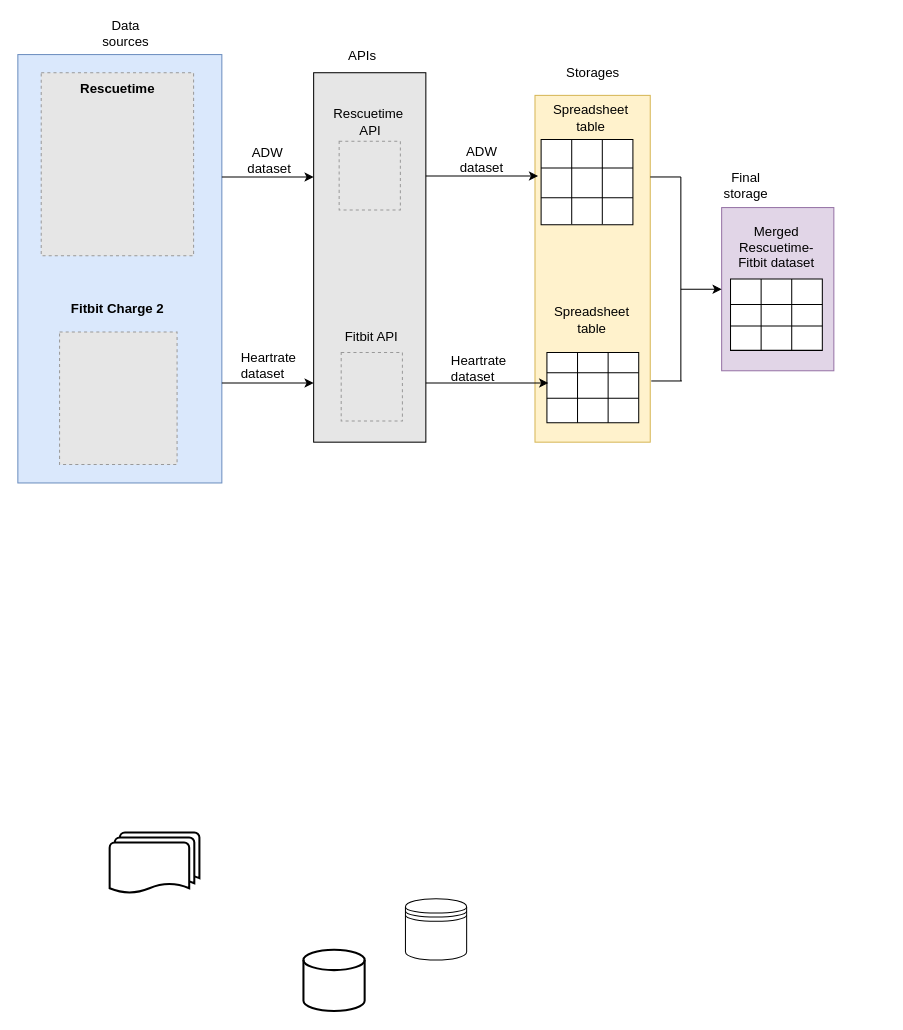
Above: chapter 7.drawio in oluwande/zmPDSwR (draw.io), before the change. Source tidied: cells renumbered, new cells numbered last; positions are measured from the earlier drawing's top-left corner, leaving out a move shared by most shapes. Both pictures are drawn from the tidied source at 102%, with x=0, y=0 at pixel (17, 17). Pictures stored in the file or linked from it are replaced by grey dashed boxes.
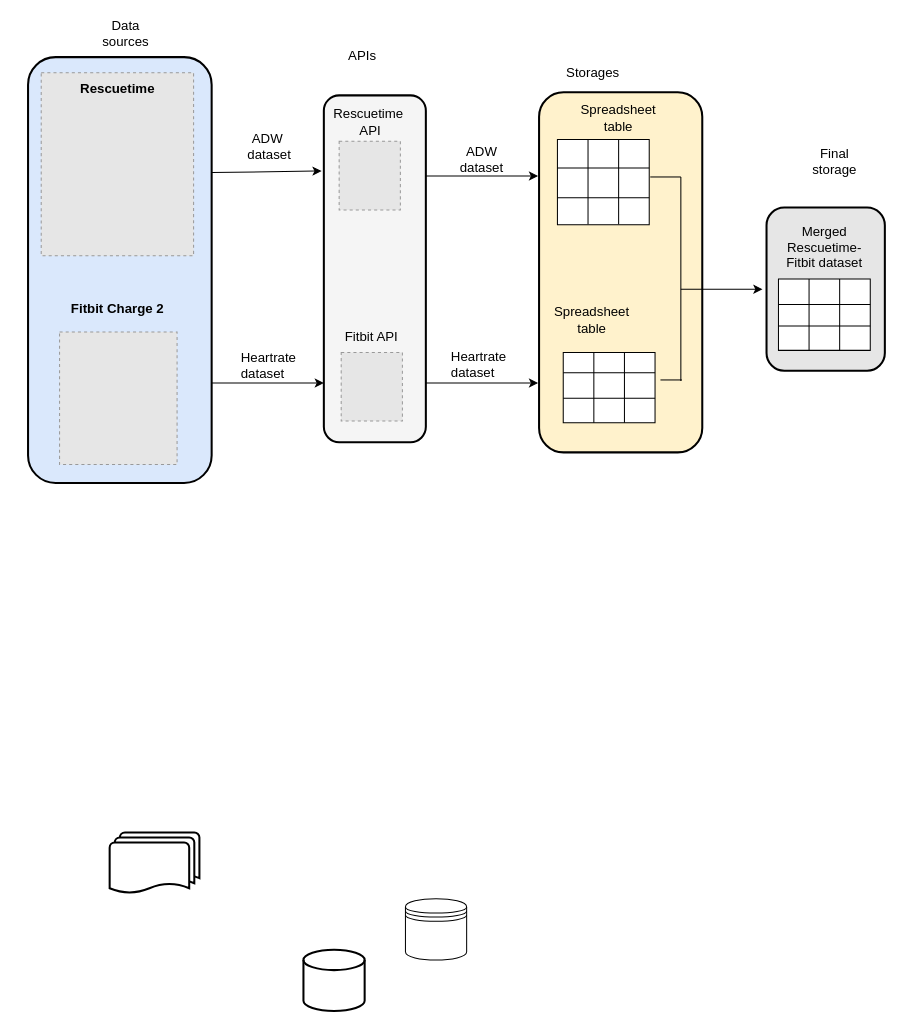
After the change.

What changed in the source:
```diff
@@
-    <mxCell id="2" style="whiteSpace=wrap;html=1;fontSize=13;strokeWidth=4;" parent="1" vertex="1">
-      <mxGeometry x="10" y="46" width="180" height="180" as="geometry" />
-    </mxCell>
-    <mxCell id="3" style="rounded=0;whiteSpace=wrap;html=1;fontSize=13;fillColor=#e1d5e7;strokeColor=#9673a6;" parent="1" vertex="1">
-      <mxGeometry x="690" y="186" width="110" height="160" as="geometry" />
-    </mxCell>
-    <mxCell id="4" style="rounded=0;whiteSpace=wrap;html=1;fontSize=13;fillColor=#fff2cc;strokeColor=#d6b656;" parent="1" vertex="1">
-      <mxGeometry x="507" y="76" width="113" height="340" as="geometry" />
-    </mxCell>
-    <mxCell id="5" style="rounded=0;whiteSpace=wrap;html=1;fontSize=13;fillColor=#E6E6E6;" parent="1" vertex="1">
-      <mxGeometry x="290" y="53.8" width="110" height="362.2" as="geometry" />
-    </mxCell>
-    <mxCell id="6" style="rounded=0;whiteSpace=wrap;html=1;fontSize=13;fillColor=#dae8fc;strokeColor=#6c8ebf;" parent="1" vertex="1">
-      <mxGeometry y="36" width="200" height="420" as="geometry" />
-    </mxCell>
+    <mxCell id="76" style="rounded=1;whiteSpace=wrap;html=1;fontSize=13;strokeColor=#000000;strokeWidth=2;fillColor=#E6E6E6;" parent="1" vertex="1">
+      <mxGeometry x="734" y="186" width="116" height="160" as="geometry" />
+    </mxCell>
+    <mxCell id="77" style="rounded=1;whiteSpace=wrap;html=1;fontSize=13;strokeColor=#000000;strokeWidth=2;fillColor=#fff2cc;" parent="1" vertex="1">
+      <mxGeometry x="511" y="73" width="160" height="353" as="geometry" />
+    </mxCell>
+    <mxCell id="78" style="rounded=1;whiteSpace=wrap;html=1;fontSize=13;strokeColor=#000000;strokeWidth=2;fillColor=#f5f5f5;fontColor=#333333;" parent="1" vertex="1">
+      <mxGeometry x="300" y="76" width="100" height="340" as="geometry" />
+    </mxCell>
+    <mxCell id="79" style="rounded=1;whiteSpace=wrap;html=1;fontSize=13;strokeColor=#000000;strokeWidth=2;fillColor=#dae8fc;" parent="1" vertex="1">
+      <mxGeometry x="10" y="38.5" width="180" height="417.5" as="geometry" />
+    </mxCell>
@@
     <mxCell id="14" style="shape=table;startSize=0;childLayout=tableLayout;fontStyle=1;align=center;fontSize=17;" parent="1" vertex="1">
-      <mxGeometry x="513" y="119.3" width="90" height="83.5" as="geometry" />
+      <mxGeometry x="529" y="119.3" width="90" height="83.5" as="geometry" />
     </mxCell>
@@
     <mxCell id="27" style="shape=table;startSize=0;childLayout=tableLayout;fontStyle=1;align=center;fontSize=17;" parent="1" vertex="1">
-      <mxGeometry x="518.7" y="328" width="90" height="69" as="geometry" />
+      <mxGeometry x="534.7" y="328" width="90" height="69" as="geometry" />
     </mxCell>
@@
     <mxCell id="40" style="shape=table;startSize=0;childLayout=tableLayout;fontStyle=1;align=center;fontSize=17;" parent="1" vertex="1">
-      <mxGeometry x="698.7" y="256" width="90" height="70" as="geometry" />
+      <mxGeometry x="745.7" y="256" width="90" height="70" as="geometry" />
     </mxCell>
@@
     <mxCell id="57" value="&lt;span&gt;&lt;font style=&quot;font-size: 13px&quot;&gt;Spreadsheet table&lt;/font&gt;&lt;/span&gt;" style="text;html=1;strokeColor=none;fillColor=none;align=center;verticalAlign=middle;whiteSpace=wrap;rounded=0;fontStyle=0;" parent="1" vertex="1">
-      <mxGeometry x="512" y="73" width="100" height="50" as="geometry" />
+      <mxGeometry x="539" y="73" width="100" height="50" as="geometry" />
     </mxCell>
@@
     <mxCell id="59" value="&lt;font style=&quot;font-size: 13px&quot;&gt;ADW&lt;br&gt;&amp;nbsp;dataset&lt;/font&gt;" style="text;html=1;strokeColor=none;fillColor=none;align=center;verticalAlign=middle;whiteSpace=wrap;rounded=0;" parent="1" vertex="1">
-      <mxGeometry x="210" y="117" width="70" height="45" as="geometry" />
+      <mxGeometry x="210" y="103" width="70" height="45" as="geometry" />
     </mxCell>
@@
-    <mxCell id="61" style="endArrow=classic;html=1;rounded=0;fontSize=13;" parent="1" edge="1">
-      <mxGeometry relative="1" as="geometry">
-        <mxPoint x="200" y="156" as="sourcePoint" />
-        <mxPoint x="290" y="156" as="targetPoint" />
-      </mxGeometry>
+    <mxCell id="61" style="endArrow=classic;html=1;rounded=0;fontSize=13;exitX=0.999;exitY=0.271;exitDx=0;exitDy=0;exitPerimeter=0;entryX=-0.022;entryY=0.218;entryDx=0;entryDy=0;entryPerimeter=0;" parent="1" edge="1" source="79" target="78">
+      <mxGeometry relative="1" as="geometry" />
     </mxCell>
@@
     <mxCell id="64" style="endArrow=classic;html=1;rounded=0;fontSize=13;" parent="1" edge="1">
       <mxGeometry relative="1" as="geometry">
-        <mxPoint x="200" y="358" as="sourcePoint" />
-        <mxPoint x="290" y="358" as="targetPoint" />
+        <mxPoint x="190" y="358" as="sourcePoint" />
+        <mxPoint x="300" y="358" as="targetPoint" />
       </mxGeometry>
     </mxCell>
     <mxCell id="65" value="&lt;span&gt;&lt;font style=&quot;font-size: 13px&quot;&gt;Heartrate&amp;nbsp;&lt;br&gt;dataset&lt;/font&gt;&lt;/span&gt;" style="text;html=1;strokeColor=none;fillColor=none;align=left;verticalAlign=middle;whiteSpace=wrap;rounded=0;fontStyle=0;" parent="1" vertex="1">
-      <mxGeometry x="423" y="321" width="61" height="45" as="geometry" />
+      <mxGeometry x="423" y="317" width="61" height="45" as="geometry" />
     </mxCell>
     <mxCell id="66" style="endArrow=classic;html=1;rounded=0;fontSize=13;" parent="1" edge="1">
       <mxGeometry relative="1" as="geometry">
         <mxPoint x="400" y="358" as="sourcePoint" />
-        <mxPoint x="520" y="358" as="targetPoint" />
+        <mxPoint x="510" y="358" as="targetPoint" />
       </mxGeometry>
     </mxCell>
@@
     <mxCell id="69" style="endArrow=classic;html=1;rounded=0;fontSize=13;" parent="1" edge="1">
       <mxGeometry relative="1" as="geometry">
         <mxPoint x="650" y="266" as="sourcePoint" />
-        <mxPoint x="690" y="266" as="targetPoint" />
+        <mxPoint x="730" y="266" as="targetPoint" />
       </mxGeometry>
     </mxCell>
     <mxCell id="70" value="&lt;span&gt;&lt;font style=&quot;font-size: 13px&quot;&gt;Merged Rescuetime-Fitbit dataset&lt;/font&gt;&lt;/span&gt;" style="text;html=1;strokeColor=none;fillColor=none;align=center;verticalAlign=middle;whiteSpace=wrap;rounded=0;fontStyle=0;" parent="1" vertex="1">
-      <mxGeometry x="693.7" y="202.7" width="100" height="45" as="geometry" />
+      <mxGeometry x="740.7" y="202.7" width="100" height="45" as="geometry" />
     </mxCell>
-    <mxCell id="71" style="endArrow=none;html=1;rounded=0;fontSize=13;" parent="1" edge="1">
-      <mxGeometry relative="1" as="geometry">
-        <mxPoint x="621" y="356" as="sourcePoint" />
-        <mxPoint x="651" y="356" as="targetPoint" />
-      </mxGeometry>
-    </mxCell>
@@
     <mxCell id="75" value="Final storage" style="text;html=1;strokeColor=none;fillColor=none;align=center;verticalAlign=middle;whiteSpace=wrap;rounded=0;fontSize=13;" parent="1" vertex="1">
-      <mxGeometry x="684" y="149" width="60" height="30" as="geometry" />
+      <mxGeometry x="771" y="126" width="60" height="30" as="geometry" />
     </mxCell>
+    <mxCell id="80" style="endArrow=none;html=1;rounded=0;fontSize=13;" parent="1" edge="1">
+      <mxGeometry relative="1" as="geometry">
+        <mxPoint x="630" y="355" as="sourcePoint" />
+        <mxPoint x="651" y="355" as="targetPoint" />
+      </mxGeometry>
+    </mxCell>
```
